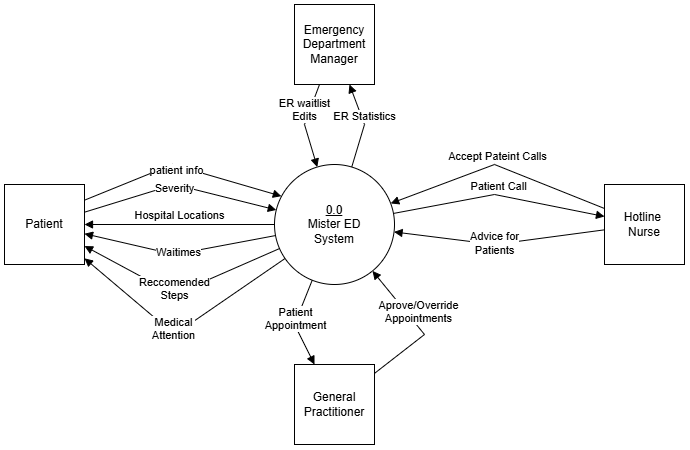
The draw.io diagram AmirWork/M3/DFDContextLevel.drawio.png in SENG-350-2024-fall/Team9, before a commit. Source tidied: cells renumbered, new cells last; positions are measured from the earlier drawing's top-left corner, leaving out a move shared by most shapes.
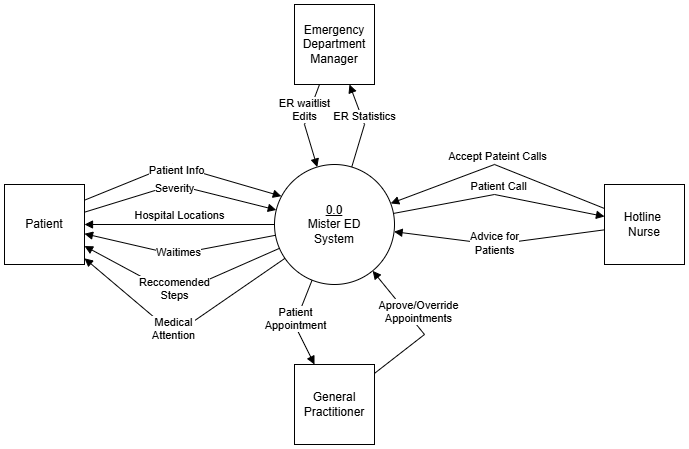
Later version of the same file.

Diff of the diagram source:
```diff
@@ -121,7 +121,7 @@
         </Array>
       </mxGeometry>
     </mxCell>
-    <mxCell id="23" value="patient info" style="edgeLabel;html=1;align=center;verticalAlign=middle;" parent="22" vertex="1">
+    <mxCell id="23" value="Patient Info" style="edgeLabel;html=1;align=center;verticalAlign=middle;" parent="22" vertex="1">
       <mxGeometry x="0.2" y="2" relative="1" as="geometry">
         <mxPoint x="-25" y="-1" as="offset" />
       </mxGeometry>
```
